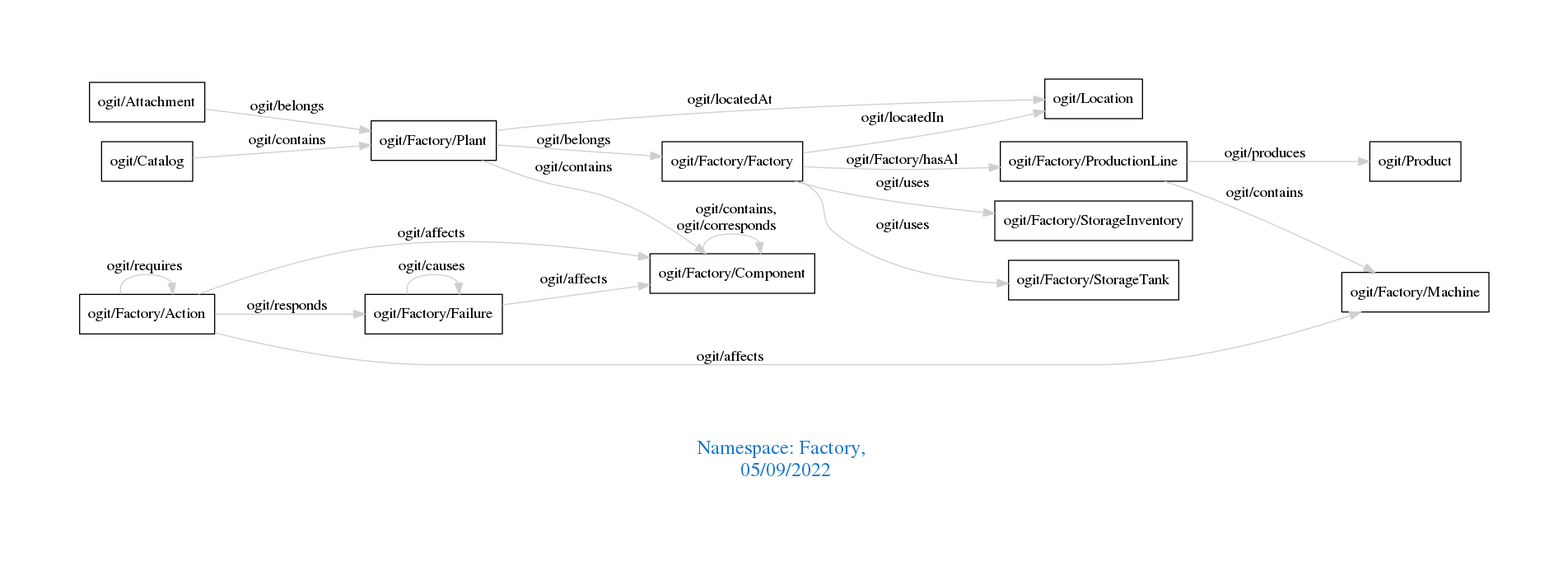
Above: downloads/Factory.png in arago/OGIT (Graphviz), before the change. Its source is kept beside it as downloads/Factory.dot.
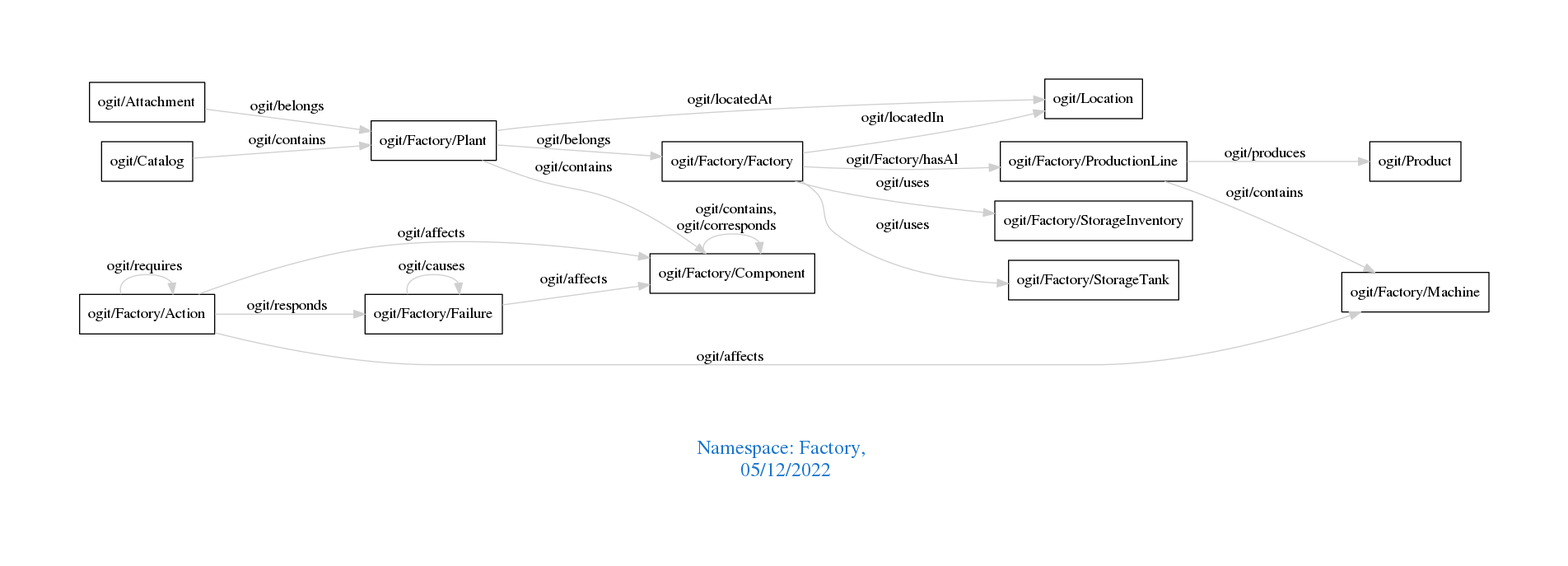
Above is the later version.

Change to the diagram source:
```diff
@@ -1,7 +1,7 @@
 digraph OGIT_ontology {
  graph [ rankdir= LR,pad=1
 fontsize = 18,
-fontcolor= dodgerblue3,label = "\n\n\nNamespace: Factory, \n 05/09/2022"];
+fontcolor= dodgerblue3,label = "\n\n\nNamespace: Factory, \n 05/12/2022"];
 node[shape=polygon];
 edge [  color="gray81"];
 
```
